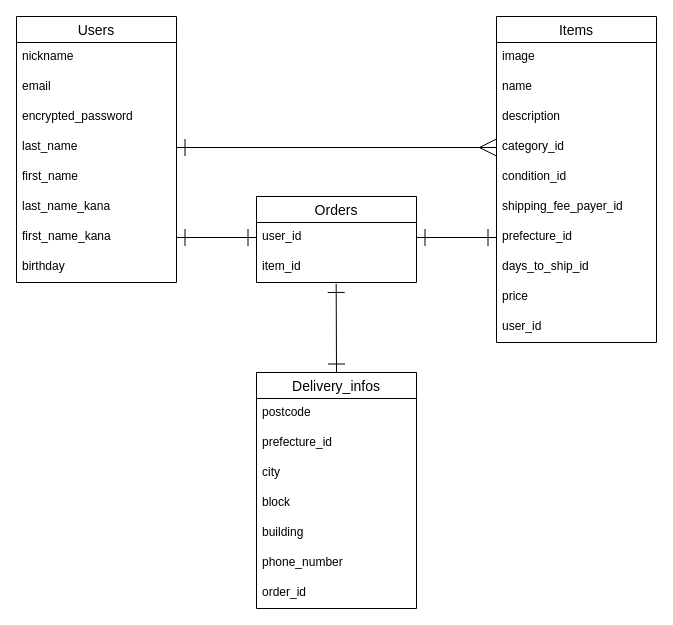
Above: furima.dio in kazzz8/furima-24747 (draw.io), before the change. Source tidied: cells renumbered, new cells numbered last; positions are measured from the earlier drawing's top-left corner, leaving out a move shared by most shapes. Both pictures are drawn from the tidied source at 100%, with x=0, y=0 at pixel (16, 16).
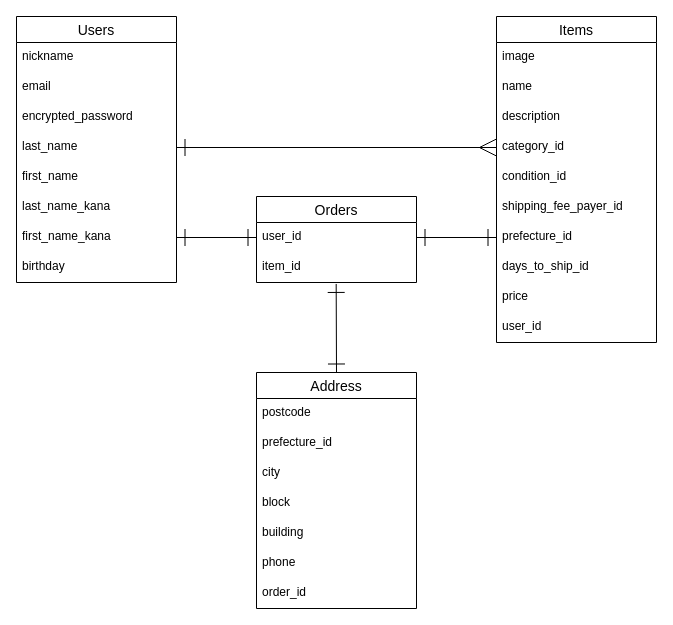
After the change.

What changed in the source:
```diff
@@
-    <mxCell id="23" value="Delivery_infos" style="swimlane;fontStyle=0;horizontal=1;startSize=26;align=center;fontSize=14;" parent="1" vertex="1">
+    <mxCell id="23" value="Address" style="swimlane;fontStyle=0;horizontal=1;startSize=26;align=center;fontSize=14;" parent="1" vertex="1">
       <mxGeometry x="240" y="356" width="160" height="236" as="geometry" />
     </mxCell>
@@
-    <mxCell id="29" value="phone_number" style="text;strokeColor=none;fillColor=none;spacingLeft=4;spacingRight=4;overflow=hidden;fontSize=12;" parent="23" vertex="1">
+    <mxCell id="29" value="phone" style="text;strokeColor=none;fillColor=none;spacingLeft=4;spacingRight=4;overflow=hidden;fontSize=12;" parent="23" vertex="1">
       <mxGeometry y="176" width="160" height="30" as="geometry" />
     </mxCell>
```
